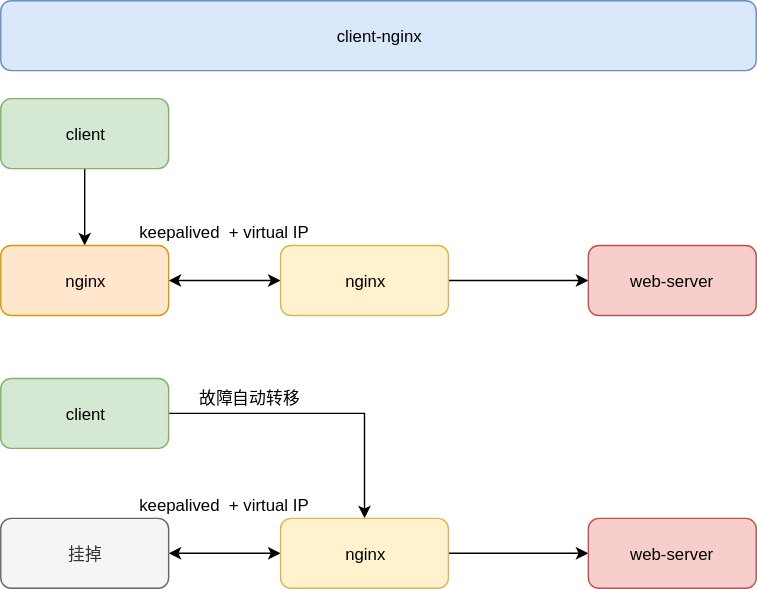
cd-home/Root keeps this draw.io diagram as 19-基础设施/00-网关/00-Nginx/images/nginx高可用.svg. Above is the earlier version. Source tidied: cells renumbered, new cells last; positions are measured from the earlier drawing's top-left corner, leaving out a move shared by most shapes. Source of this version:
```xml
<mxGraphModel>
  <root>
    <mxCell id="0" />
    <mxCell id="1" parent="0" />
    <mxCell id="2" value="client-nginx" style="rounded=1;whiteSpace=wrap;html=1;fillColor=#dae8fc;strokeColor=#6c8ebf;" parent="1" vertex="1">
      <mxGeometry width="540" height="50" as="geometry" />
    </mxCell>
    <mxCell id="3" style="edgeStyle=orthogonalEdgeStyle;rounded=0;jettySize=auto;html=1;" parent="1" edge="1" source="4" target="6">
      <mxGeometry relative="1" as="geometry" />
    </mxCell>
    <mxCell id="4" value="client" style="rounded=1;whiteSpace=wrap;html=1;fillColor=#d5e8d4;strokeColor=#82b366;" parent="1" vertex="1">
      <mxGeometry y="70" width="120" height="50" as="geometry" />
    </mxCell>
    <mxCell id="5" style="edgeStyle=orthogonalEdgeStyle;rounded=0;jettySize=auto;html=1;startArrow=classic;startFill=1;" parent="1" edge="1" source="6" target="8">
      <mxGeometry relative="1" as="geometry" />
    </mxCell>
    <mxCell id="6" value="nginx" style="rounded=1;whiteSpace=wrap;html=1;fillColor=#ffe6cc;strokeColor=#d79b00;" parent="1" vertex="1">
      <mxGeometry y="175" width="120" height="50" as="geometry" />
    </mxCell>
    <mxCell id="7" style="edgeStyle=orthogonalEdgeStyle;rounded=0;jettySize=auto;html=1;" parent="1" edge="1" source="8" target="9">
      <mxGeometry relative="1" as="geometry" />
    </mxCell>
    <mxCell id="8" value="nginx" style="rounded=1;whiteSpace=wrap;html=1;fillColor=#fff2cc;strokeColor=#d6b656;" parent="1" vertex="1">
      <mxGeometry x="200" y="175" width="120" height="50" as="geometry" />
    </mxCell>
    <mxCell id="9" value="web-server" style="rounded=1;whiteSpace=wrap;html=1;fillColor=#f8cecc;strokeColor=#b85450;" parent="1" vertex="1">
      <mxGeometry x="420" y="175" width="120" height="50" as="geometry" />
    </mxCell>
    <mxCell id="10" value="keepalived&amp;nbsp; + virtual IP" style="text;html=1;strokeColor=none;fillColor=none;align=center;verticalAlign=middle;whiteSpace=wrap;rounded=0;" parent="1" vertex="1">
      <mxGeometry x="90" y="155" width="140" height="20" as="geometry" />
    </mxCell>
    <mxCell id="11" style="edgeStyle=orthogonalEdgeStyle;rounded=0;jettySize=auto;html=1;entryX=0.5;entryY=0;entryDx=0;entryDy=0;" parent="1" edge="1" source="12" target="16">
      <mxGeometry relative="1" as="geometry" />
    </mxCell>
    <mxCell id="12" value="client" style="rounded=1;whiteSpace=wrap;html=1;fillColor=#d5e8d4;strokeColor=#82b366;" parent="1" vertex="1">
      <mxGeometry y="270" width="120" height="50" as="geometry" />
    </mxCell>
    <mxCell id="13" style="edgeStyle=orthogonalEdgeStyle;rounded=0;jettySize=auto;html=1;startArrow=classic;startFill=1;" parent="1" edge="1" source="14" target="16">
      <mxGeometry relative="1" as="geometry" />
    </mxCell>
    <mxCell id="14" value="挂掉" style="rounded=1;whiteSpace=wrap;html=1;fillColor=#f5f5f5;strokeColor=#666666;fontColor=#333333;" parent="1" vertex="1">
      <mxGeometry y="370" width="120" height="50" as="geometry" />
    </mxCell>
    <mxCell id="15" style="edgeStyle=orthogonalEdgeStyle;rounded=0;jettySize=auto;html=1;" parent="1" edge="1" source="16" target="17">
      <mxGeometry relative="1" as="geometry" />
    </mxCell>
    <mxCell id="16" value="nginx" style="rounded=1;whiteSpace=wrap;html=1;fillColor=#fff2cc;strokeColor=#d6b656;" parent="1" vertex="1">
      <mxGeometry x="200" y="370" width="120" height="50" as="geometry" />
    </mxCell>
    <mxCell id="17" value="web-server" style="rounded=1;whiteSpace=wrap;html=1;fillColor=#f8cecc;strokeColor=#b85450;" parent="1" vertex="1">
      <mxGeometry x="420" y="370" width="120" height="50" as="geometry" />
    </mxCell>
    <mxCell id="18" value="keepalived&amp;nbsp; + virtual IP" style="text;html=1;strokeColor=none;fillColor=none;align=center;verticalAlign=middle;whiteSpace=wrap;rounded=0;" parent="1" vertex="1">
      <mxGeometry x="90" y="350" width="140" height="20" as="geometry" />
    </mxCell>
    <mxCell id="19" value="故障自动转移" style="text;html=1;align=left;verticalAlign=top;spacingTop=-4;" parent="1" vertex="1">
      <mxGeometry x="140" y="275" width="90" height="20" as="geometry" />
    </mxCell>
  </root>
</mxGraphModel>
```
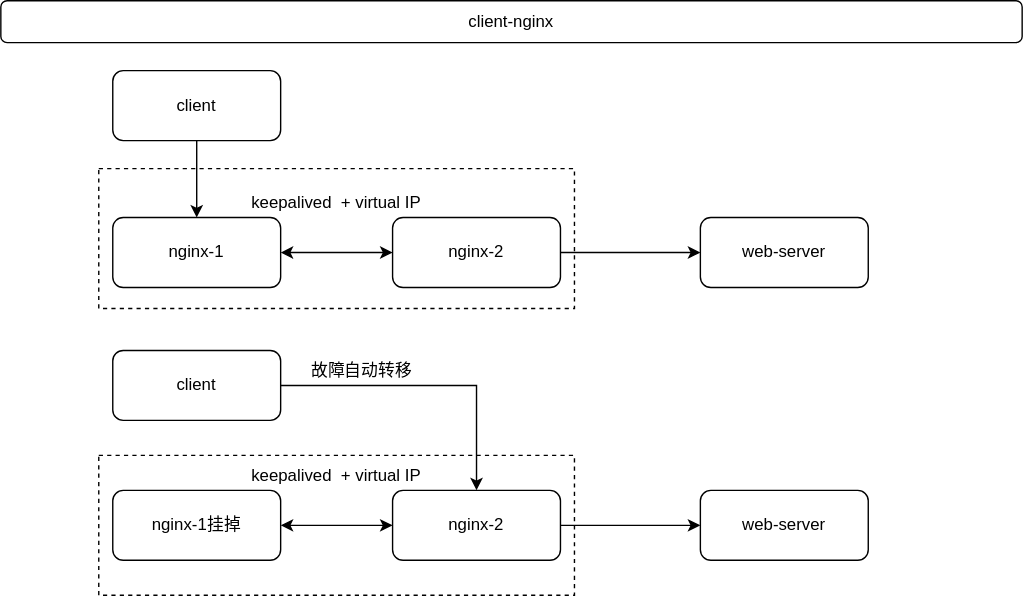
The same file after the commit.

What changed in the source:
```diff
@@ -2,28 +2,34 @@
   <root>
     <mxCell id="0" />
     <mxCell id="1" parent="0" />
+    <mxCell id="20" style="rounded=0;whiteSpace=wrap;html=1;fontSize=16;dashed=1;" parent="1" vertex="1">
+      <mxGeometry x="-10" y="345" width="340" height="100" as="geometry" />
+    </mxCell>
+    <mxCell id="21" style="rounded=0;whiteSpace=wrap;html=1;fontSize=16;dashed=1;" parent="1" vertex="1">
+      <mxGeometry x="-10" y="140" width="340" height="100" as="geometry" />
+    </mxCell>
-    <mxCell id="2" value="client-nginx" style="rounded=1;whiteSpace=wrap;html=1;fillColor=#dae8fc;strokeColor=#6c8ebf;" parent="1" vertex="1">
-      <mxGeometry width="540" height="50" as="geometry" />
+    <mxCell id="2" value="client-nginx" style="rounded=1;whiteSpace=wrap;html=1;" parent="1" vertex="1">
+      <mxGeometry x="-80" y="20" width="730" height="30" as="geometry" />
     </mxCell>
     <mxCell id="3" style="edgeStyle=orthogonalEdgeStyle;rounded=0;jettySize=auto;html=1;" parent="1" edge="1" source="4" target="6">
       <mxGeometry relative="1" as="geometry" />
     </mxCell>
-    <mxCell id="4" value="client" style="rounded=1;whiteSpace=wrap;html=1;fillColor=#d5e8d4;strokeColor=#82b366;" parent="1" vertex="1">
+    <mxCell id="4" value="client" style="rounded=1;whiteSpace=wrap;html=1;" parent="1" vertex="1">
       <mxGeometry y="70" width="120" height="50" as="geometry" />
     </mxCell>
     <mxCell id="5" style="edgeStyle=orthogonalEdgeStyle;rounded=0;jettySize=auto;html=1;startArrow=classic;startFill=1;" parent="1" edge="1" source="6" target="8">
       <mxGeometry relative="1" as="geometry" />
     </mxCell>
-    <mxCell id="6" value="nginx" style="rounded=1;whiteSpace=wrap;html=1;fillColor=#ffe6cc;strokeColor=#d79b00;" parent="1" vertex="1">
+    <mxCell id="6" value="nginx-1" style="rounded=1;whiteSpace=wrap;html=1;" parent="1" vertex="1">
       <mxGeometry y="175" width="120" height="50" as="geometry" />
     </mxCell>
     <mxCell id="7" style="edgeStyle=orthogonalEdgeStyle;rounded=0;jettySize=auto;html=1;" parent="1" edge="1" source="8" target="9">
       <mxGeometry relative="1" as="geometry" />
     </mxCell>
-    <mxCell id="8" value="nginx" style="rounded=1;whiteSpace=wrap;html=1;fillColor=#fff2cc;strokeColor=#d6b656;" parent="1" vertex="1">
+    <mxCell id="8" value="nginx-2" style="rounded=1;whiteSpace=wrap;html=1;" parent="1" vertex="1">
       <mxGeometry x="200" y="175" width="120" height="50" as="geometry" />
     </mxCell>
-    <mxCell id="9" value="web-server" style="rounded=1;whiteSpace=wrap;html=1;fillColor=#f8cecc;strokeColor=#b85450;" parent="1" vertex="1">
+    <mxCell id="9" value="web-server" style="rounded=1;whiteSpace=wrap;html=1;" parent="1" vertex="1">
       <mxGeometry x="420" y="175" width="120" height="50" as="geometry" />
     </mxCell>
     <mxCell id="10" value="keepalived&amp;nbsp; + virtual IP" style="text;html=1;strokeColor=none;fillColor=none;align=center;verticalAlign=middle;whiteSpace=wrap;rounded=0;" parent="1" vertex="1">
@@ -32,22 +38,22 @@
     <mxCell id="11" style="edgeStyle=orthogonalEdgeStyle;rounded=0;jettySize=auto;html=1;entryX=0.5;entryY=0;entryDx=0;entryDy=0;" parent="1" edge="1" source="12" target="16">
       <mxGeometry relative="1" as="geometry" />
     </mxCell>
-    <mxCell id="12" value="client" style="rounded=1;whiteSpace=wrap;html=1;fillColor=#d5e8d4;strokeColor=#82b366;" parent="1" vertex="1">
+    <mxCell id="12" value="client" style="rounded=1;whiteSpace=wrap;html=1;" parent="1" vertex="1">
       <mxGeometry y="270" width="120" height="50" as="geometry" />
     </mxCell>
     <mxCell id="13" style="edgeStyle=orthogonalEdgeStyle;rounded=0;jettySize=auto;html=1;startArrow=classic;startFill=1;" parent="1" edge="1" source="14" target="16">
       <mxGeometry relative="1" as="geometry" />
     </mxCell>
-    <mxCell id="14" value="挂掉" style="rounded=1;whiteSpace=wrap;html=1;fillColor=#f5f5f5;strokeColor=#666666;fontColor=#333333;" parent="1" vertex="1">
+    <mxCell id="14" value="nginx-1挂掉" style="rounded=1;whiteSpace=wrap;html=1;" parent="1" vertex="1">
       <mxGeometry y="370" width="120" height="50" as="geometry" />
     </mxCell>
     <mxCell id="15" style="edgeStyle=orthogonalEdgeStyle;rounded=0;jettySize=auto;html=1;" parent="1" edge="1" source="16" target="17">
       <mxGeometry relative="1" as="geometry" />
     </mxCell>
-    <mxCell id="16" value="nginx" style="rounded=1;whiteSpace=wrap;html=1;fillColor=#fff2cc;strokeColor=#d6b656;" parent="1" vertex="1">
+    <mxCell id="16" value="nginx-2" style="rounded=1;whiteSpace=wrap;html=1;" parent="1" vertex="1">
       <mxGeometry x="200" y="370" width="120" height="50" as="geometry" />
     </mxCell>
-    <mxCell id="17" value="web-server" style="rounded=1;whiteSpace=wrap;html=1;fillColor=#f8cecc;strokeColor=#b85450;" parent="1" vertex="1">
+    <mxCell id="17" value="web-server" style="rounded=1;whiteSpace=wrap;html=1;" parent="1" vertex="1">
       <mxGeometry x="420" y="370" width="120" height="50" as="geometry" />
     </mxCell>
     <mxCell id="18" value="keepalived&amp;nbsp; + virtual IP" style="text;html=1;strokeColor=none;fillColor=none;align=center;verticalAlign=middle;whiteSpace=wrap;rounded=0;" parent="1" vertex="1">
```
